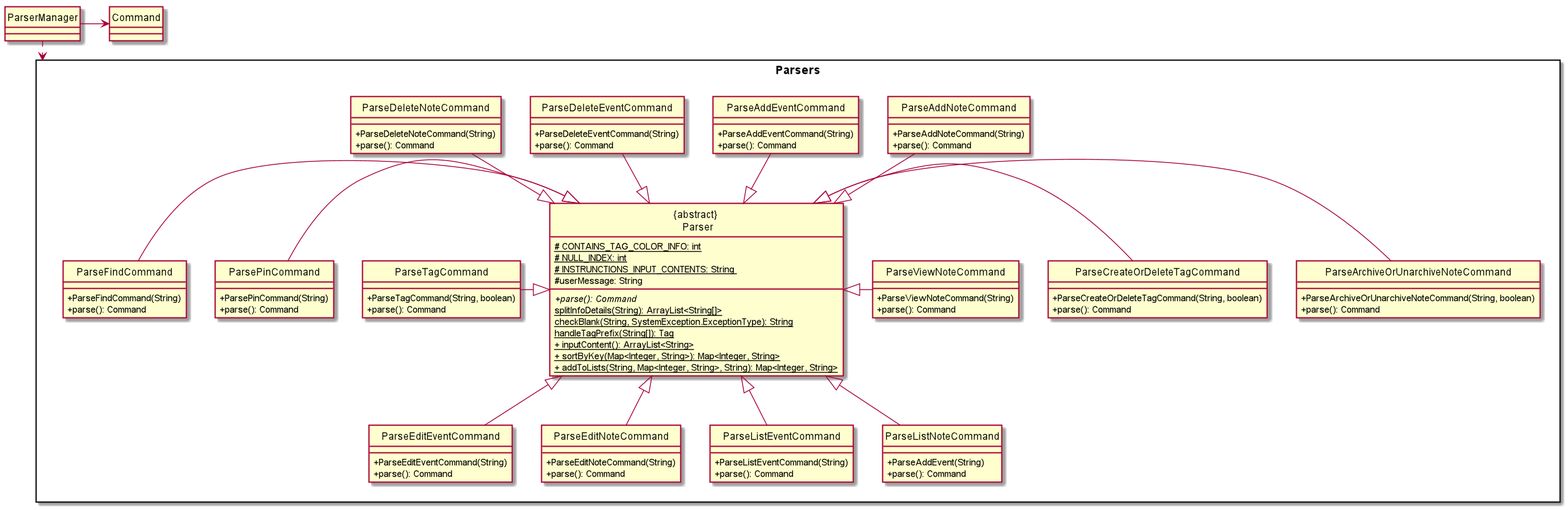
Above: docs/diagrams/out/ParserManagerClass.png in nus-cs2113-AY2021S1/tp (PlantUML), before the change.
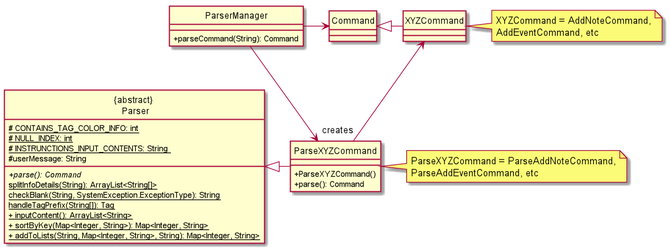
The same diagram one commit later.

The edit, as a diff of the source:
```diff
@@ -2,32 +2,13 @@
 
 hide circle
 skinparam classAttributeIconSize 0
-
-Package "Parsers"<<Rectangle>>{
-    Class "{abstract} \n Parser"
-    Class ParseAddNoteCommand
-    Class ParseAddEventCommand
-    Class ParseArchiveOrUnarchiveNoteCommand
-    Class ParseCreateOrDeleteTagCommand
-    Class ParseEditEventCommand
-    Class ParseEditNoteCommand
-    Class ParseDeleteEventCommand
-    Class ParseDeleteNoteCommand
-    Class ParseFindCommand
-    Class ParseListEventCommand
-    Class ParseListNoteCommand
-    Class ParsePinCommand
-    Class ParsePinCommand
-    Class ParseViewNoteCommand
-    Class ParseTagCommand
-}
 
 class "{abstract} \n Parser" {
 <u># CONTAINS_TAG_COLOR_INFO: int</u>
 <u># NULL_INDEX: int</u>
 <u># INSTRUNCTIONS_INPUT_CONTENTS: String </u>
 # userMessage: String
-+ {abstract} parse(): Command
++ parse(): Command {abstract}
 <u>splitInfoDetails(String): ArrayList<String[]></u>
 <u>checkBlank(String, SystemException.ExceptionType): String</u>
 <u>handleTagPrefix(String[]): Tag</u>
@@ -36,96 +17,33 @@
 <u>+ addToLists(String, Map<Integer, String>, String): Map<Integer, String></u>
 }
 
-class ParseAddEventCommand {
-+ParseAddEventCommand(String)
-+parse(): Command
+class ParseXYZCommand {
++ ParseXYZCommand()
++ parse(): Command
 }
 
-class ParseAddNoteCommand {
-+ParseAddNoteCommand(String)
-+parse(): Command
+class XYZCommand {
 }
 
-class ParseArchiveOrUnarchiveNoteCommand {
-+ParseArchiveOrUnarchiveNoteCommand(String, boolean)
-+parse(): Command
+class ParserManager {
++ parseCommand(String): Command
 }
 
-class ParseCreateOrDeleteTagCommand {
-+ParseCreateOrDeleteTagCommand(String, boolean)
-+parse(): Command
-}
-
-class ParseDeleteEventCommand {
-+ParseDeleteEventCommand(String)
-+parse(): Command
-}
-
-class ParseDeleteNoteCommand {
-+ParseDeleteNoteCommand(String)
-+parse(): Command
-}
-
-class ParseEditNoteCommand {
-+ParseEditNoteCommand(String)
-+parse(): Command
-}
-
-class ParseEditEventCommand {
-+ParseEditEventCommand(String)
-+parse(): Command
-}
-
-class ParseFindCommand {
-+ParseFindCommand(String)
-+parse(): Command
-}
-
-class ParseListEventCommand {
-+ParseListEventCommand(String)
-+parse(): Command
-}
-
-class ParseListNoteCommand {
-+ParseAddEvent(String)
-+parse(): Command
-}
-
-class ParsePinCommand {
-+ParsePinCommand(String)
-+parse(): Command
-}
-
-class ParseTagCommand {
-+ParseTagCommand(String, boolean)
-+parse(): Command
-}
-
-class ParseViewNoteCommand {
-+ParseViewNoteCommand(String)
-+parse(): Command
-}
-
-ParserManager ..> Parsers
+ParserManager -down-> ParseXYZCommand
 ParserManager -> Command
 
-ParseAddNoteCommand -down-|> "{abstract} \n Parser"
-ParseAddEventCommand -down-|> "{abstract} \n Parser"
-ParseDeleteNoteCommand -down-|> "{abstract} \n Parser"
-ParseDeleteEventCommand -down-|> "{abstract} \n Parser"
+ParseXYZCommand -left|> "{abstract} \n Parser"
+ParseXYZCommand "creates" --up> XYZCommand
+XYZCommand -up|> Command
 
-ParseArchiveOrUnarchiveNoteCommand -left-|> "{abstract} \n Parser"
-ParseCreateOrDeleteTagCommand -left-|> "{abstract} \n Parser"
-ParseViewNoteCommand -left-|> "{abstract} \n Parser"
+note right of XYZCommand
+XYZCommand = AddNoteCommand,
+AddEventCommand, etc
+end note
 
-ParseTagCommand -right-|> "{abstract} \n Parser"
-ParsePinCommand -right-|> "{abstract} \n Parser"
-ParseFindCommand -right-|> "{abstract} \n Parser"
-
-
-ParseEditNoteCommand -up-|> "{abstract} \n Parser"
-ParseEditEventCommand -up-|> "{abstract} \n Parser"
-ParseListNoteCommand -up-|> "{abstract} \n Parser"
-ParseListEventCommand -up-|> "{abstract} \n Parser"
+note right of ParseXYZCommand
+ParseXYZCommand = ParseAddNoteCommand,
+ParseAddEventCommand, etc
+end note
 
 @enduml
```
